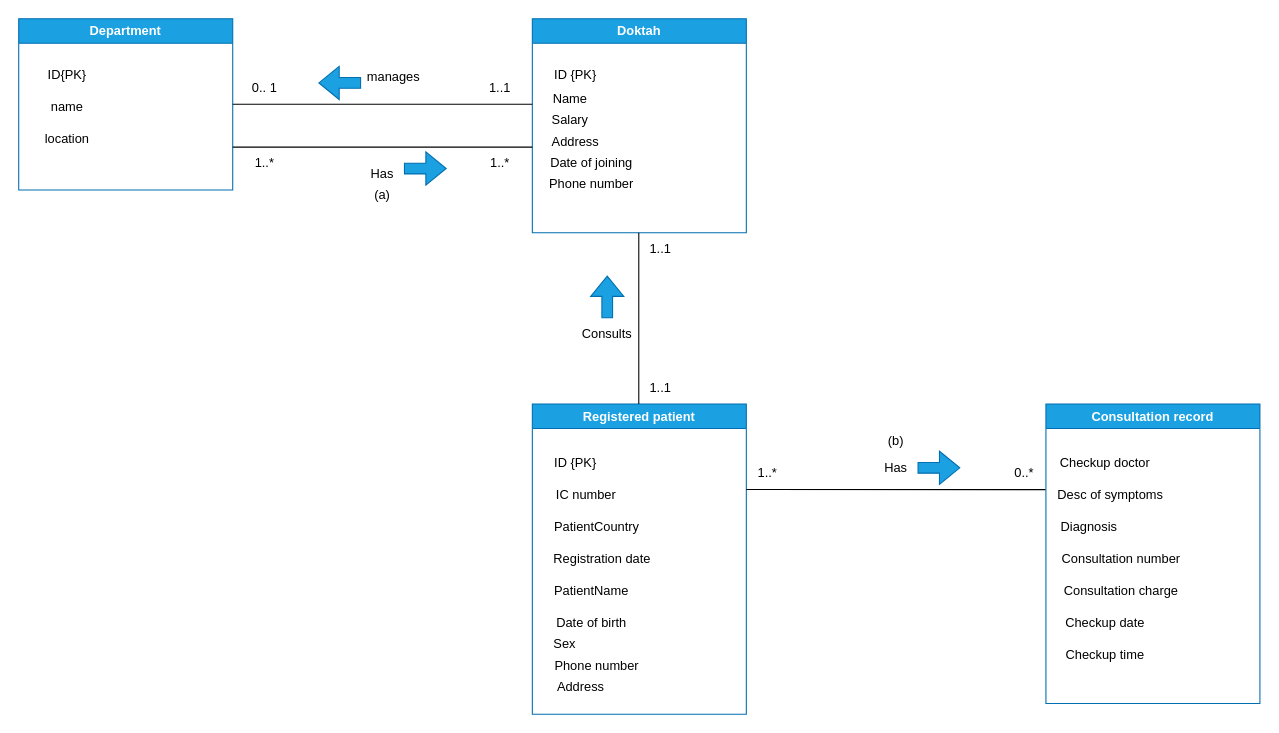
Antonioiewh/DB_MANAGEMENT keeps this draw.io diagram as Student1_DBMS_ASSN1.drawio. Above is the earlier version. Source tidied: cells renumbered, new cells numbered last; positions are measured from the earlier drawing's top-left corner, leaving out a move shared by most shapes. Both pictures are drawn from the tidied source at 107%, with x=0, y=0 at pixel (18, 18).
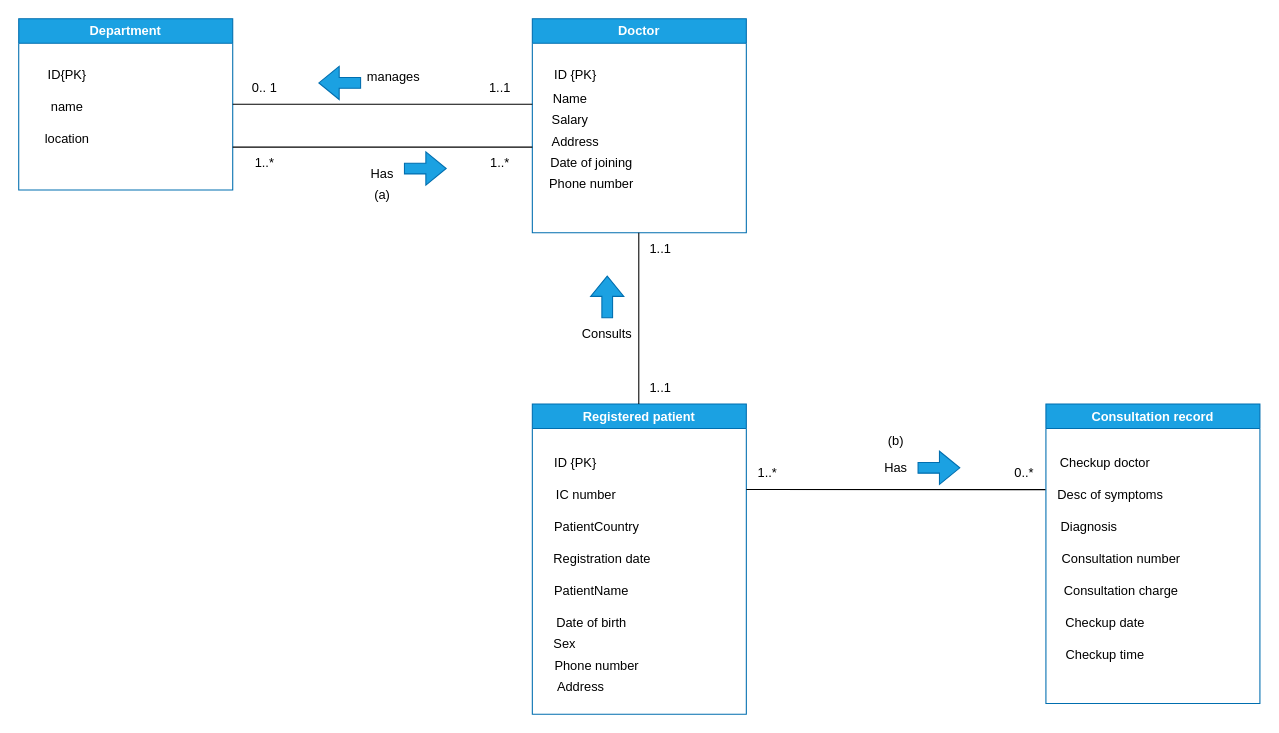
The same diagram, later.

The edit, as a diff of the source:
```diff
@@
-    <mxCell id="6" value="Doktah" style="swimlane;whiteSpace=wrap;html=1;fillColor=#1ba1e2;fontColor=#ffffff;strokeColor=#006EAF;" parent="1" vertex="1">
+    <mxCell id="6" value="Doctor" style="swimlane;whiteSpace=wrap;html=1;fillColor=#1ba1e2;fontColor=#ffffff;strokeColor=#006EAF;" parent="1" vertex="1">
       <mxGeometry x="480" width="200" height="200" as="geometry" />
     </mxCell>
```
